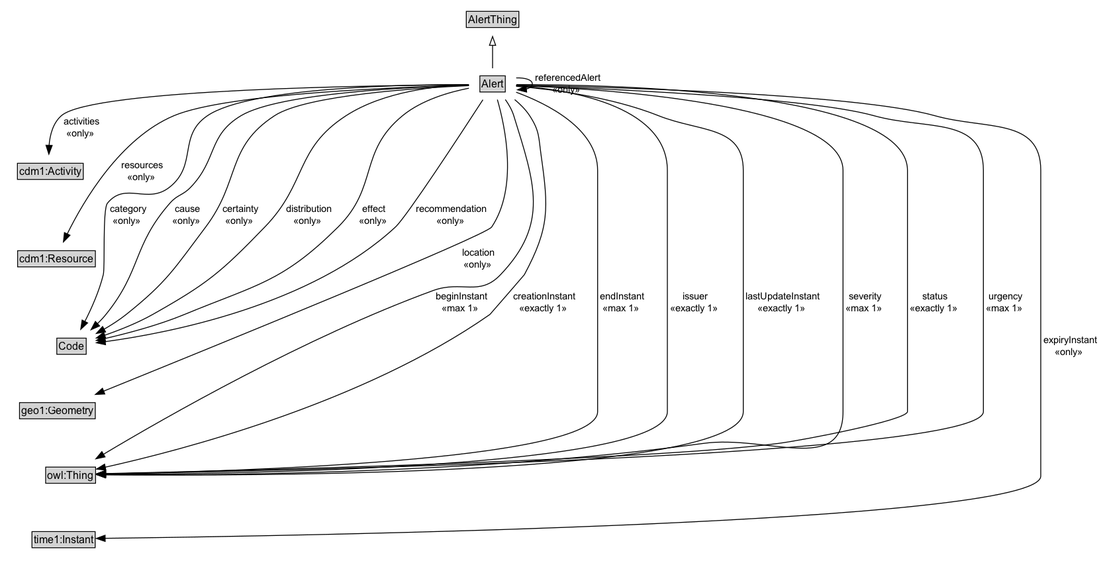
The Graphviz diagram docs/diagrams/Alert.dot.png in ISO-TC204/ontology-cdm-p2-v1, before a commit. Its source is kept beside it as docs/diagrams/Alert.dot.
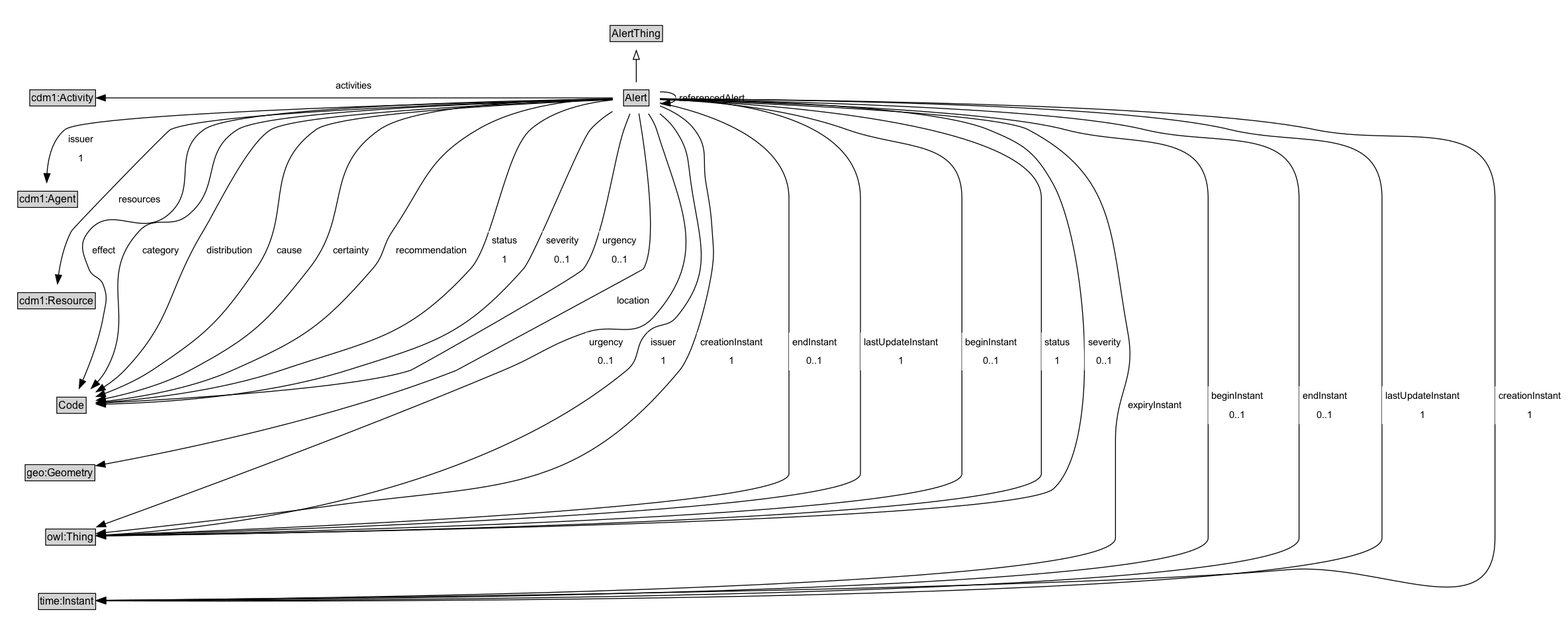
Later version of the same file.

What changed in the source:
```diff
@@ -3,65 +3,66 @@
 	node [fontname=Arial fontsize=12 margin=0 shape=none]
 	edge [fontname=Arial fontsize=11]
 	{
+		rank=source
+		AlertThing [label=<<TABLE BORDER="1" CELLBORDER="0" CELLSPACING="0" CELLPADDING="1"><TR><TD BGCOLOR="lightgray" ALIGN="CENTER">AlertThing</TD></TR></TABLE>> URL="../AlertThing" margin=0]
+	}
+	Alert [label=<<TABLE BORDER="1" CELLBORDER="0" CELLSPACING="0" CELLPADDING="1"><TR><TD BGCOLOR="lightgray" ALIGN="CENTER">Alert</TD></TR><TR><TD ALIGN="LEFT">cdm1:hasDescription : xsd:string [1]</TD></TR><TR><TD ALIGN="LEFT">headline : xsd:string [1]</TD></TR><TR><TD ALIGN="LEFT">website : xsd:anyURI</TD></TR></TABLE>> URL="../Alert" margin=0]
+	{
 		rank=max
-		Alert [label=<<TABLE BORDER="1" CELLBORDER="0" CELLSPACING="0" CELLPADDING="1"><TR><TD BGCOLOR="lightgray" ALIGN="CENTER" PORT="e">Alert</TD></TR><HR/><TR><TD ALIGN="LEFT">«exactly 1» headline: xsd:string</TD></TR><TR><TD ALIGN="LEFT">«only» website: xsd:anyURI</TD></TR></TABLE>> URL="../Alert.md" margin=0]
 	}
 	subgraph cluster_associated {
 		label="" style=invis
 		Invis [label=<<TABLE BORDER="0" CELLBORDER="0" CELLSPACING="0" CELLPADDING="1"><TR><TD></TD></TR></TABLE>> margin=0 style=invis]
-		cdm1_Activity [label=<<TABLE BORDER="1" CELLBORDER="0" CELLSPACING="0" CELLPADDING="1"><TR><TD BGCOLOR="lightgray" ALIGN="CENTER">cdm1:Activity</TD></TR></TABLE>> margin=0]
-		cdm1_Resource [label=<<TABLE BORDER="1" CELLBORDER="0" CELLSPACING="0" CELLPADDING="1"><TR><TD BGCOLOR="lightgray" ALIGN="CENTER">cdm1:Resource</TD></TR></TABLE>> margin=0]
-		Code [label=<<TABLE BORDER="1" CELLBORDER="0" CELLSPACING="0" CELLPADDING="1"><TR><TD BGCOLOR="lightgray" ALIGN="CENTER">Code</TD></TR></TABLE>> URL="../Code.md" margin=0]
-		geo1_Geometry [label=<<TABLE BORDER="1" CELLBORDER="0" CELLSPACING="0" CELLPADDING="1"><TR><TD BGCOLOR="lightgray" ALIGN="CENTER">geo1:Geometry</TD></TR></TABLE>> margin=0]
-		owl_Thing [label=<<TABLE BORDER="1" CELLBORDER="0" CELLSPACING="0" CELLPADDING="1"><TR><TD BGCOLOR="lightgray" ALIGN="CENTER">owl:Thing</TD></TR></TABLE>> margin=0]
-		time1_Instant [label=<<TABLE BORDER="1" CELLBORDER="0" CELLSPACING="0" CELLPADDING="1"><TR><TD BGCOLOR="lightgray" ALIGN="CENTER">time1:Instant</TD></TR></TABLE>> margin=0]
+		cdm1_Activity [label=<<TABLE BORDER="1" CELLBORDER="0" CELLSPACING="0" CELLPADDING="1"><TR><TD BGCOLOR="lightgray" ALIGN="CENTER">cdm1:Activity</TD></TR></TABLE>> URL="https://w3id.org/citydata/part1/v1/Activity" margin=0]
+		cdm1_Agent [label=<<TABLE BORDER="1" CELLBORDER="0" CELLSPACING="0" CELLPADDING="1"><TR><TD BGCOLOR="lightgray" ALIGN="CENTER">cdm1:Agent</TD></TR></TABLE>> URL="https://w3id.org/citydata/part1/v1/Agent" margin=0]
+		cdm1_Resource [label=<<TABLE BORDER="1" CELLBORDER="0" CELLSPACING="0" CELLPADDING="1"><TR><TD BGCOLOR="lightgray" ALIGN="CENTER">cdm1:Resource</TD></TR></TABLE>> URL="https://w3id.org/citydata/part1/v1/Resource" margin=0]
+		Code [label=<<TABLE BORDER="1" CELLBORDER="0" CELLSPACING="0" CELLPADDING="1"><TR><TD BGCOLOR="lightgray" ALIGN="CENTER">Code</TD></TR></TABLE>> URL="../Code" margin=0]
+		geo_Geometry [label=<<TABLE BORDER="1" CELLBORDER="0" CELLSPACING="0" CELLPADDING="1"><TR><TD BGCOLOR="lightgray" ALIGN="CENTER">geo:Geometry</TD></TR></TABLE>> URL="https://w3id.org/citydata/imported/geo/latest/Geometry" margin=0]
+		owl_Thing [label=<<TABLE BORDER="1" CELLBORDER="0" CELLSPACING="0" CELLPADDING="1"><TR><TD BGCOLOR="lightgray" ALIGN="CENTER">owl:Thing</TD></TR></TABLE>> URL="https://w3id.org/citydata/imported/owl/latest/Thing" margin=0]
+		time_Instant [label=<<TABLE BORDER="1" CELLBORDER="0" CELLSPACING="0" CELLPADDING="1"><TR><TD BGCOLOR="lightgray" ALIGN="CENTER">time:Instant</TD></TR></TABLE>> URL="https://w3id.org/citydata/imported/time/latest/Instant" margin=0]
 	}
-	AlertThing [label=<<TABLE BORDER="1" CELLBORDER="0" CELLSPACING="0" CELLPADDING="1"><TR><TD BGCOLOR="lightgray" ALIGN="CENTER">AlertThing</TD></TR></TABLE>> URL="../AlertThing.md" margin=0]
 	Alert -> AlertThing [arrowhead=onormal style=solid]
 	Alert -> Invis [style=invis]
 	Invis -> cdm1_Activity [style=invis]
-	cdm1_Activity -> cdm1_Resource [style=invis]
+	cdm1_Activity -> cdm1_Agent [style=invis]
+	cdm1_Agent -> cdm1_Resource [style=invis]
 	cdm1_Resource -> Code [style=invis]
-	Code -> geo1_Geometry [style=invis]
-	geo1_Geometry -> owl_Thing [style=invis]
-	owl_Thing -> time1_Instant [style=invis]
-	Alert -> cdm1_Activity [label=" activities
- «only»  " arrowhead=normal style=solid]
-	Alert -> owl_Thing [label=" beginInstant
- «max 1»  " arrowhead=normal style=solid]
-	Alert -> Code [label=" category
- «only»  " arrowhead=normal style=solid]
-	Alert -> Code [label=" cause
- «only»  " arrowhead=normal style=solid]
-	Alert -> Code [label=" certainty
- «only»  " arrowhead=normal style=solid]
-	Alert -> owl_Thing [label=" creationInstant
- «exactly 1»  " arrowhead=normal style=solid]
-	Alert -> Code [label=" distribution
- «only»  " arrowhead=normal style=solid]
-	Alert -> Code [label=" effect
- «only»  " arrowhead=normal style=solid]
-	Alert -> owl_Thing [label=" endInstant
- «max 1»  " arrowhead=normal style=solid]
-	Alert -> time1_Instant [label=" expiryInstant
- «only»  " arrowhead=normal style=solid]
-	Alert -> owl_Thing [label=" issuer
- «exactly 1»  " arrowhead=normal style=solid]
-	Alert -> owl_Thing [label=" lastUpdateInstant
- «exactly 1»  " arrowhead=normal style=solid]
-	Alert -> geo1_Geometry [label=" location
- «only»  " arrowhead=normal style=solid]
-	Alert -> Code [label=" recommendation
- «only»  " arrowhead=normal style=solid]
-	Alert [label=<<TABLE BORDER="1" CELLBORDER="0" CELLSPACING="0" CELLPADDING="1"><TR><TD BGCOLOR="lightgray" ALIGN="CENTER">Alert</TD></TR></TABLE>> URL="../Alert.md" margin=0]
-	Alert -> Alert [label=" referencedAlert
- «only»  " arrowhead=normal style=solid]
-	Alert -> cdm1_Resource [label=" resources
- «only»  " arrowhead=normal style=solid]
-	Alert -> owl_Thing [label=" severity
- «max 1»  " arrowhead=normal style=solid]
-	Alert -> owl_Thing [label=" status
- «exactly 1»  " arrowhead=normal style=solid]
-	Alert -> owl_Thing [label=" urgency
- «max 1»  " arrowhead=normal style=solid]
+	Code -> geo_Geometry [style=invis]
+	geo_Geometry -> owl_Thing [style=invis]
+	owl_Thing -> time_Instant [style=invis]
+	Code [label=<<TABLE BORDER="1" CELLBORDER="0" CELLSPACING="0" CELLPADDING="1"><TR><TD BGCOLOR="lightgray" ALIGN="CENTER">Code</TD></TR></TABLE>> URL="../Code" margin=0]
+	Alert -> Code [label=<<TABLE BORDER="0" CELLBORDER="0" CELLSPACING="0" CELLPADDING="4" BGCOLOR="white"><TR><TD ALIGN="CENTER">effect</TD></TR></TABLE>> arrowhead=normal style=solid]
+	owl_Thing [label=<<TABLE BORDER="1" CELLBORDER="0" CELLSPACING="0" CELLPADDING="1"><TR><TD BGCOLOR="lightgray" ALIGN="CENTER">owl:Thing</TD></TR></TABLE>> URL="https://w3id.org/citydata/imported/owl/latest/Thing" margin=0]
+	Alert -> owl_Thing [label=<<TABLE BORDER="0" CELLBORDER="0" CELLSPACING="0" CELLPADDING="4" BGCOLOR="white"><TR><TD ALIGN="CENTER">urgency</TD></TR><TR><TD ALIGN="CENTER">0..1</TD></TR></TABLE>> arrowhead=normal style=solid]
+	cdm1_Activity [label=<<TABLE BORDER="1" CELLBORDER="0" CELLSPACING="0" CELLPADDING="1"><TR><TD BGCOLOR="lightgray" ALIGN="CENTER">cdm1:Activity</TD></TR></TABLE>> URL="https://w3id.org/citydata/part1/v1/Activity" margin=0]
+	Alert -> cdm1_Activity [label=<<TABLE BORDER="0" CELLBORDER="0" CELLSPACING="0" CELLPADDING="4" BGCOLOR="white"><TR><TD ALIGN="CENTER">activities</TD></TR></TABLE>> arrowhead=normal style=solid]
+	Alert -> owl_Thing [label=<<TABLE BORDER="0" CELLBORDER="0" CELLSPACING="0" CELLPADDING="4" BGCOLOR="white"><TR><TD ALIGN="CENTER">issuer</TD></TR><TR><TD ALIGN="CENTER">1</TD></TR></TABLE>> arrowhead=normal style=solid]
+	Alert [label=<<TABLE BORDER="1" CELLBORDER="0" CELLSPACING="0" CELLPADDING="1"><TR><TD BGCOLOR="lightgray" ALIGN="CENTER">Alert</TD></TR></TABLE>> URL="../Alert" margin=0]
+	Alert -> Alert [label=<<TABLE BORDER="0" CELLBORDER="0" CELLSPACING="0" CELLPADDING="4" BGCOLOR="white"><TR><TD ALIGN="CENTER">referencedAlert</TD></TR></TABLE>> arrowhead=normal style=solid]
+	cdm1_Resource [label=<<TABLE BORDER="1" CELLBORDER="0" CELLSPACING="0" CELLPADDING="1"><TR><TD BGCOLOR="lightgray" ALIGN="CENTER">cdm1:Resource</TD></TR></TABLE>> URL="https://w3id.org/citydata/part1/v1/Resource" margin=0]
+	Alert -> cdm1_Resource [label=<<TABLE BORDER="0" CELLBORDER="0" CELLSPACING="0" CELLPADDING="4" BGCOLOR="white"><TR><TD ALIGN="CENTER">resources</TD></TR></TABLE>> arrowhead=normal style=solid]
+	geo_Geometry [label=<<TABLE BORDER="1" CELLBORDER="0" CELLSPACING="0" CELLPADDING="1"><TR><TD BGCOLOR="lightgray" ALIGN="CENTER">geo:Geometry</TD></TR></TABLE>> URL="https://w3id.org/citydata/imported/geo/latest/Geometry" margin=0]
+	Alert -> geo_Geometry [label=<<TABLE BORDER="0" CELLBORDER="0" CELLSPACING="0" CELLPADDING="4" BGCOLOR="white"><TR><TD ALIGN="CENTER">location</TD></TR></TABLE>> arrowhead=normal style=solid]
+	Alert -> owl_Thing [label=<<TABLE BORDER="0" CELLBORDER="0" CELLSPACING="0" CELLPADDING="4" BGCOLOR="white"><TR><TD ALIGN="CENTER">creationInstant</TD></TR><TR><TD ALIGN="CENTER">1</TD></TR></TABLE>> arrowhead=normal style=solid]
+	time_Instant [label=<<TABLE BORDER="1" CELLBORDER="0" CELLSPACING="0" CELLPADDING="1"><TR><TD BGCOLOR="lightgray" ALIGN="CENTER">time:Instant</TD></TR></TABLE>> URL="https://w3id.org/citydata/imported/time/latest/Instant" margin=0]
+	Alert -> time_Instant [label=<<TABLE BORDER="0" CELLBORDER="0" CELLSPACING="0" CELLPADDING="4" BGCOLOR="white"><TR><TD ALIGN="CENTER">expiryInstant</TD></TR></TABLE>> arrowhead=normal style=solid]
+	Alert -> owl_Thing [label=<<TABLE BORDER="0" CELLBORDER="0" CELLSPACING="0" CELLPADDING="4" BGCOLOR="white"><TR><TD ALIGN="CENTER">endInstant</TD></TR><TR><TD ALIGN="CENTER">0..1</TD></TR></TABLE>> arrowhead=normal style=solid]
+	Alert -> Code [label=<<TABLE BORDER="0" CELLBORDER="0" CELLSPACING="0" CELLPADDING="4" BGCOLOR="white"><TR><TD ALIGN="CENTER">category</TD></TR></TABLE>> arrowhead=normal style=solid]
+	Alert -> Code [label=<<TABLE BORDER="0" CELLBORDER="0" CELLSPACING="0" CELLPADDING="4" BGCOLOR="white"><TR><TD ALIGN="CENTER">distribution</TD></TR></TABLE>> arrowhead=normal style=solid]
+	Alert -> owl_Thing [label=<<TABLE BORDER="0" CELLBORDER="0" CELLSPACING="0" CELLPADDING="4" BGCOLOR="white"><TR><TD ALIGN="CENTER">lastUpdateInstant</TD></TR><TR><TD ALIGN="CENTER">1</TD></TR></TABLE>> arrowhead=normal style=solid]
+	Alert -> Code [label=<<TABLE BORDER="0" CELLBORDER="0" CELLSPACING="0" CELLPADDING="4" BGCOLOR="white"><TR><TD ALIGN="CENTER">cause</TD></TR></TABLE>> arrowhead=normal style=solid]
+	Alert -> owl_Thing [label=<<TABLE BORDER="0" CELLBORDER="0" CELLSPACING="0" CELLPADDING="4" BGCOLOR="white"><TR><TD ALIGN="CENTER">beginInstant</TD></TR><TR><TD ALIGN="CENTER">0..1</TD></TR></TABLE>> arrowhead=normal style=solid]
+	Alert -> Code [label=<<TABLE BORDER="0" CELLBORDER="0" CELLSPACING="0" CELLPADDING="4" BGCOLOR="white"><TR><TD ALIGN="CENTER">certainty</TD></TR></TABLE>> arrowhead=normal style=solid]
+	Alert -> owl_Thing [label=<<TABLE BORDER="0" CELLBORDER="0" CELLSPACING="0" CELLPADDING="4" BGCOLOR="white"><TR><TD ALIGN="CENTER">status</TD></TR><TR><TD ALIGN="CENTER">1</TD></TR></TABLE>> arrowhead=normal style=solid]
+	Alert -> Code [label=<<TABLE BORDER="0" CELLBORDER="0" CELLSPACING="0" CELLPADDING="4" BGCOLOR="white"><TR><TD ALIGN="CENTER">recommendation</TD></TR></TABLE>> arrowhead=normal style=solid]
+	Alert -> owl_Thing [label=<<TABLE BORDER="0" CELLBORDER="0" CELLSPACING="0" CELLPADDING="4" BGCOLOR="white"><TR><TD ALIGN="CENTER">severity</TD></TR><TR><TD ALIGN="CENTER">0..1</TD></TR></TABLE>> arrowhead=normal style=solid]
+	Alert -> time_Instant [label=<<TABLE BORDER="0" CELLBORDER="0" CELLSPACING="0" CELLPADDING="4" BGCOLOR="white"><TR><TD ALIGN="CENTER">beginInstant</TD></TR><TR><TD ALIGN="CENTER">0..1</TD></TR></TABLE>> arrowhead=normal style=solid]
+	Alert -> Code [label=<<TABLE BORDER="0" CELLBORDER="0" CELLSPACING="0" CELLPADDING="4" BGCOLOR="white"><TR><TD ALIGN="CENTER">status</TD></TR><TR><TD ALIGN="CENTER">1</TD></TR></TABLE>> arrowhead=normal style=solid]
+	Alert -> Code [label=<<TABLE BORDER="0" CELLBORDER="0" CELLSPACING="0" CELLPADDING="4" BGCOLOR="white"><TR><TD ALIGN="CENTER">severity</TD></TR><TR><TD ALIGN="CENTER">0..1</TD></TR></TABLE>> arrowhead=normal style=solid]
+	Alert -> time_Instant [label=<<TABLE BORDER="0" CELLBORDER="0" CELLSPACING="0" CELLPADDING="4" BGCOLOR="white"><TR><TD ALIGN="CENTER">endInstant</TD></TR><TR><TD ALIGN="CENTER">0..1</TD></TR></TABLE>> arrowhead=normal style=solid]
+	Alert -> time_Instant [label=<<TABLE BORDER="0" CELLBORDER="0" CELLSPACING="0" CELLPADDING="4" BGCOLOR="white"><TR><TD ALIGN="CENTER">lastUpdateInstant</TD></TR><TR><TD ALIGN="CENTER">1</TD></TR></TABLE>> arrowhead=normal style=solid]
+	Alert -> time_Instant [label=<<TABLE BORDER="0" CELLBORDER="0" CELLSPACING="0" CELLPADDING="4" BGCOLOR="white"><TR><TD ALIGN="CENTER">creationInstant</TD></TR><TR><TD ALIGN="CENTER">1</TD></TR></TABLE>> arrowhead=normal style=solid]
+	cdm1_Agent [label=<<TABLE BORDER="1" CELLBORDER="0" CELLSPACING="0" CELLPADDING="1"><TR><TD BGCOLOR="lightgray" ALIGN="CENTER">cdm1:Agent</TD></TR></TABLE>> URL="https://w3id.org/citydata/part1/v1/Agent" margin=0]
+	Alert -> cdm1_Agent [label=<<TABLE BORDER="0" CELLBORDER="0" CELLSPACING="0" CELLPADDING="4" BGCOLOR="white"><TR><TD ALIGN="CENTER">issuer</TD></TR><TR><TD ALIGN="CENTER">1</TD></TR></TABLE>> arrowhead=normal style=solid]
+	Alert -> Code [label=<<TABLE BORDER="0" CELLBORDER="0" CELLSPACING="0" CELLPADDING="4" BGCOLOR="white"><TR><TD ALIGN="CENTER">urgency</TD></TR><TR><TD ALIGN="CENTER">0..1</TD></TR></TABLE>> arrowhead=normal style=solid]
 }
```
